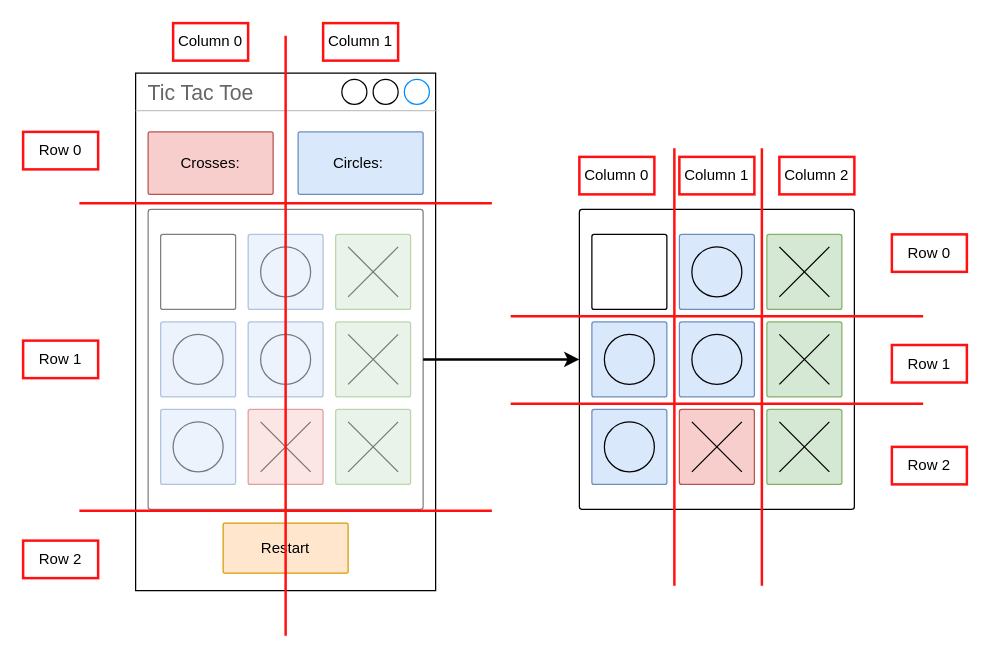
The draw.io diagram planning/Design_Prototypes_Drawio/Design_Prototype_3_Blueprint.drawio in MichaelHayesMC/Tic-Tac-Toe, before the edit. Source tidied: cells renumbered, new cells numbered last; positions are measured from the earlier drawing's top-left corner, leaving out a move shared by most shapes. Both pictures are drawn from the tidied source at 125%, with x=0, y=0 at pixel (22, 22).
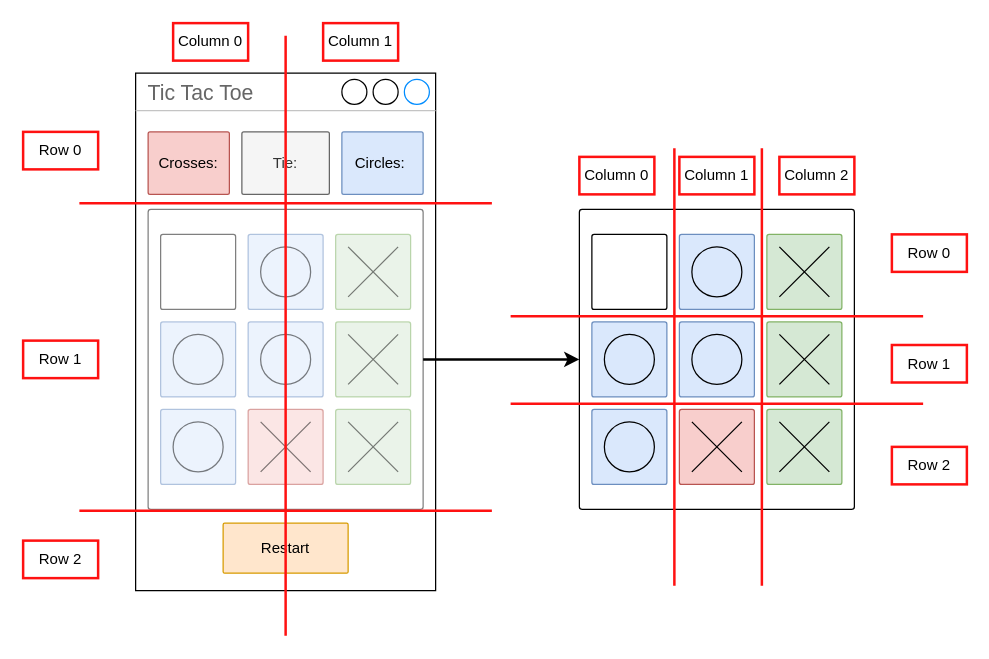
After the change.

Diff of the diagram source:
```diff
@@
+    <mxCell id="61" value="Tie:" style="rounded=1;whiteSpace=wrap;html=1;arcSize=3;fillColor=#f5f5f5;strokeColor=#666666;fontColor=#333333;" parent="1" vertex="1">
+      <mxGeometry x="175" y="87" width="70" height="50" as="geometry" />
+    </mxCell>
@@
     <mxCell id="22" value="Crosses:" style="rounded=1;whiteSpace=wrap;html=1;arcSize=3;fillColor=#f8cecc;strokeColor=#b85450;" parent="1" vertex="1">
-      <mxGeometry x="100" y="87" width="100" height="50" as="geometry" />
+      <mxGeometry x="100" y="87" width="65" height="50" as="geometry" />
     </mxCell>
     <mxCell id="23" value="Circles:&amp;nbsp;" style="rounded=1;whiteSpace=wrap;html=1;arcSize=3;fillColor=#dae8fc;strokeColor=#6c8ebf;" parent="1" vertex="1">
-      <mxGeometry x="220" y="87" width="100" height="50" as="geometry" />
+      <mxGeometry x="255" y="87" width="65" height="50" as="geometry" />
     </mxCell>
```
